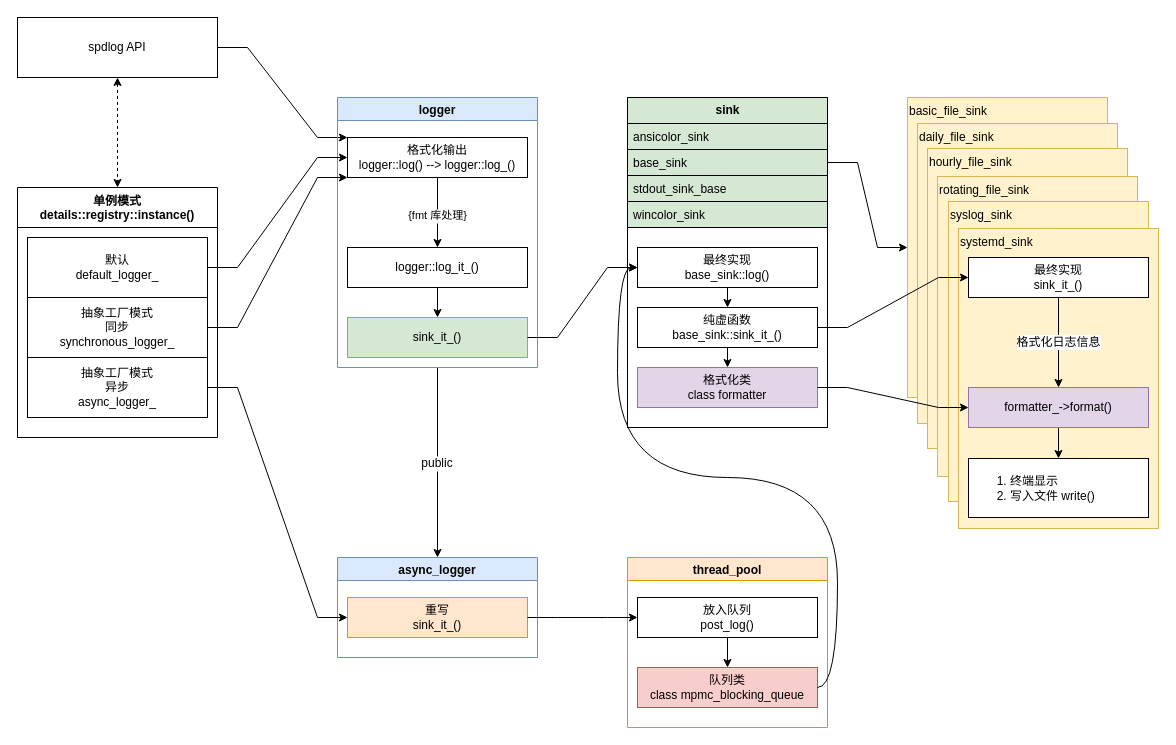
august295/august295.github.io keeps this draw.io diagram as media/drawio/spdlog.drawio. Above is the earlier version. Source tidied: cells renumbered, new cells numbered last; positions are measured from the earlier drawing's top-left corner, leaving out a move shared by most shapes. Both pictures are drawn from the tidied source at 100%, with x=0, y=0 at pixel (17, 17).
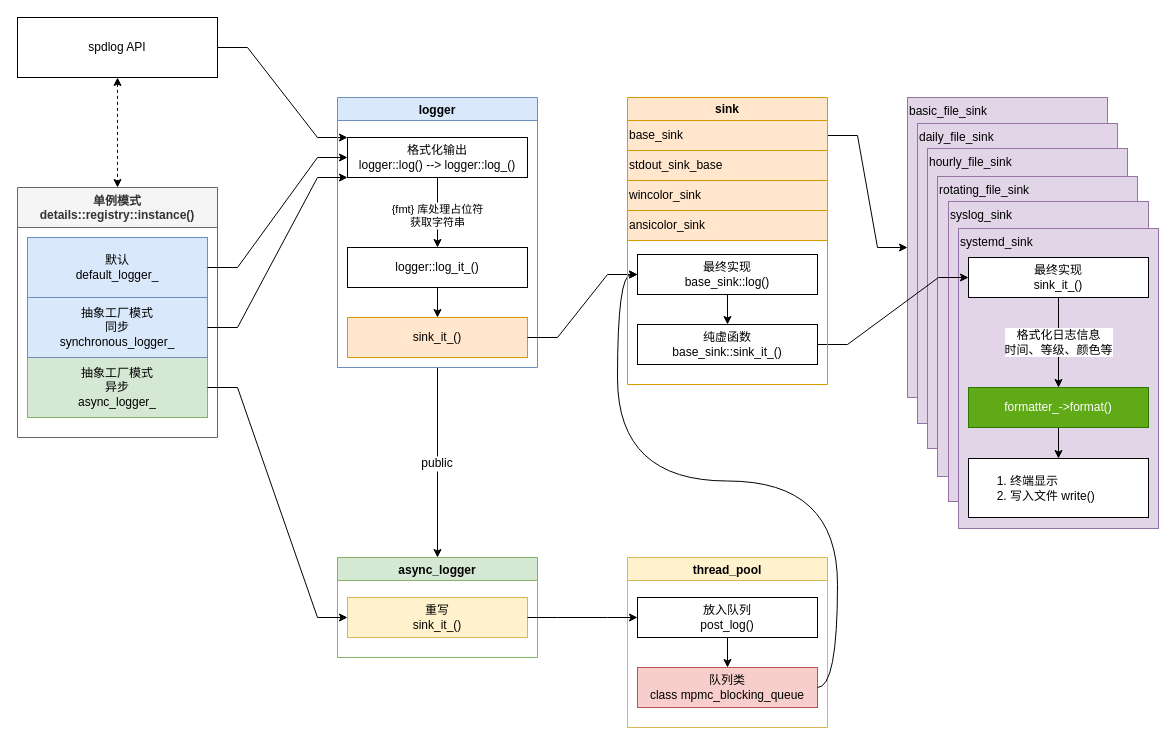
After the change.

Unchanged cells that the change refers to:
```xml
<mxCell id="10" value="logger" style="swimlane;rounded=0;fillColor=#dae8fc;strokeColor=#6c8ebf;fillStyle=auto;labelBorderColor=none;" parent="1" vertex="1">
  <mxGeometry x="320" y="80" width="200" height="270" as="geometry" />
</mxCell>
<mxCell id="11" style="edgeStyle=none;rounded=0;jettySize=auto;startArrow=none;startFill=0;labelBorderColor=none;" parent="10" edge="1" source="13" target="15">
  <mxGeometry relative="1" as="geometry" />
</mxCell>
<mxCell id="27" value="最终实现&lt;br&gt;sink_it_()" style="rounded=0;whiteSpace=wrap;html=1;" parent="1" vertex="1">
  <mxGeometry x="951" y="240" width="180" height="40" as="geometry" />
</mxCell>
```

Change to the diagram source:
```diff
@@
-    <mxCell id="5" value="单例模式&#10;details::registry::instance()" style="swimlane;startSize=40;" parent="1" vertex="1">
+    <mxCell id="5" value="单例模式&#10;details::registry::instance()" style="swimlane;startSize=40;fillColor=#f5f5f5;fontColor=#333333;strokeColor=#666666;" parent="1" vertex="1">
       <mxGeometry y="170" width="200" height="250" as="geometry" />
     </mxCell>
-    <mxCell id="6" value="默认&lt;br style=&quot;border-color: var(--border-color);&quot;&gt;default_logger_" style="rounded=0;whiteSpace=wrap;html=1;" parent="5" vertex="1">
+    <mxCell id="6" value="默认&lt;br style=&quot;border-color: var(--border-color);&quot;&gt;default_logger_" style="rounded=0;whiteSpace=wrap;html=1;fillColor=#dae8fc;strokeColor=#6c8ebf;" parent="5" vertex="1">
       <mxGeometry x="10" y="50" width="180" height="60" as="geometry" />
     </mxCell>
-    <mxCell id="7" value="抽象工厂模式&lt;br&gt;异步&lt;br style=&quot;border-color: var(--border-color);&quot;&gt;async_logger_" style="rounded=0;whiteSpace=wrap;html=1;" parent="5" vertex="1">
+    <mxCell id="7" value="抽象工厂模式&lt;br&gt;异步&lt;br style=&quot;border-color: var(--border-color);&quot;&gt;async_logger_" style="rounded=0;whiteSpace=wrap;html=1;fillColor=#d5e8d4;strokeColor=#82b366;" parent="5" vertex="1">
       <mxGeometry x="10" y="170" width="180" height="60" as="geometry" />
     </mxCell>
-    <mxCell id="8" value="抽象工厂模式&lt;br style=&quot;border-color: var(--border-color);&quot;&gt;同步&lt;br style=&quot;border-color: var(--border-color);&quot;&gt;synchronous_logger_" style="rounded=0;whiteSpace=wrap;html=1;" parent="5" vertex="1">
+    <mxCell id="8" value="抽象工厂模式&lt;br style=&quot;border-color: var(--border-color);&quot;&gt;同步&lt;br style=&quot;border-color: var(--border-color);&quot;&gt;synchronous_logger_" style="rounded=0;whiteSpace=wrap;html=1;fillColor=#dae8fc;strokeColor=#6c8ebf;" parent="5" vertex="1">
       <mxGeometry x="10" y="110" width="180" height="60" as="geometry" />
     </mxCell>
@@
-    <mxCell id="12" value="{fmt 库处理}" style="edgeLabel;align=center;verticalAlign=middle;labelBorderColor=none;" parent="11" vertex="1">
+    <mxCell id="12" value="{fmt} 库处理占位符&#10;获取字符串" style="edgeLabel;align=center;verticalAlign=middle;labelBorderColor=none;" parent="11" vertex="1">
       <mxGeometry x="-0.43" relative="1" as="geometry">
         <mxPoint y="17" as="offset" />
       </mxGeometry>
     </mxCell>
@@
-    <mxCell id="16" value="sink_it_()" style="rounded=0;whiteSpace=wrap;labelBorderColor=none;fillColor=#d5e8d4;strokeColor=#82b366;" parent="10" vertex="1">
+    <mxCell id="16" value="sink_it_()" style="rounded=0;whiteSpace=wrap;labelBorderColor=none;fillColor=#ffe6cc;strokeColor=#d79b00;" parent="10" vertex="1">
       <mxGeometry x="10" y="220" width="180" height="40" as="geometry" />
     </mxCell>
@@
-    <mxCell id="20" value="basic_file_sink" style="rounded=0;whiteSpace=wrap;html=1;fontFamily=Helvetica;fontSize=12;fillColor=#fff2cc;verticalAlign=top;align=left;strokeColor=#d6b656;" parent="1" vertex="1">
+    <mxCell id="20" value="basic_file_sink" style="rounded=0;whiteSpace=wrap;html=1;fontFamily=Helvetica;fontSize=12;fillColor=#e1d5e7;verticalAlign=top;align=left;strokeColor=#9673a6;" parent="1" vertex="1">
       <mxGeometry x="890" y="80" width="200" height="300" as="geometry" />
     </mxCell>
-    <mxCell id="21" value="daily_file_sink" style="rounded=0;whiteSpace=wrap;html=1;fontFamily=Helvetica;fontSize=12;fillColor=#fff2cc;verticalAlign=top;align=left;strokeColor=#d6b656;" parent="1" vertex="1">
+    <mxCell id="21" value="daily_file_sink" style="rounded=0;whiteSpace=wrap;html=1;fontFamily=Helvetica;fontSize=12;fillColor=#e1d5e7;verticalAlign=top;align=left;strokeColor=#9673a6;" parent="1" vertex="1">
       <mxGeometry x="900" y="106" width="200" height="300" as="geometry" />
     </mxCell>
-    <mxCell id="22" value="hourly_file_sink" style="rounded=0;whiteSpace=wrap;html=1;fontFamily=Helvetica;fontSize=12;fillColor=#fff2cc;verticalAlign=top;align=left;strokeColor=#d6b656;" parent="1" vertex="1">
+    <mxCell id="22" value="hourly_file_sink" style="rounded=0;whiteSpace=wrap;html=1;fontFamily=Helvetica;fontSize=12;fillColor=#e1d5e7;verticalAlign=top;align=left;strokeColor=#9673a6;" parent="1" vertex="1">
       <mxGeometry x="910" y="131" width="200" height="300" as="geometry" />
     </mxCell>
-    <mxCell id="23" value="rotating_file_sink" style="rounded=0;whiteSpace=wrap;html=1;fontFamily=Helvetica;fontSize=12;fillColor=#fff2cc;verticalAlign=top;align=left;strokeColor=#d6b656;" parent="1" vertex="1">
+    <mxCell id="23" value="rotating_file_sink" style="rounded=0;whiteSpace=wrap;html=1;fontFamily=Helvetica;fontSize=12;fillColor=#e1d5e7;verticalAlign=top;align=left;strokeColor=#9673a6;" parent="1" vertex="1">
       <mxGeometry x="920" y="159" width="200" height="300" as="geometry" />
     </mxCell>
-    <mxCell id="24" value="syslog_sink" style="rounded=0;whiteSpace=wrap;html=1;fontFamily=Helvetica;fontSize=12;fillColor=#fff2cc;verticalAlign=top;align=left;strokeColor=#d6b656;" parent="1" vertex="1">
+    <mxCell id="24" value="syslog_sink" style="rounded=0;whiteSpace=wrap;html=1;fontFamily=Helvetica;fontSize=12;fillColor=#e1d5e7;verticalAlign=top;align=left;strokeColor=#9673a6;" parent="1" vertex="1">
       <mxGeometry x="931" y="184" width="200" height="300" as="geometry" />
     </mxCell>
-    <mxCell id="25" value="systemd_sink" style="rounded=0;whiteSpace=wrap;html=1;fontFamily=Helvetica;fontSize=12;fillColor=#fff2cc;verticalAlign=top;align=left;strokeColor=#d6b656;" parent="1" vertex="1">
+    <mxCell id="25" value="systemd_sink" style="rounded=0;whiteSpace=wrap;html=1;fontFamily=Helvetica;fontSize=12;fillColor=#e1d5e7;verticalAlign=top;align=left;strokeColor=#9673a6;" parent="1" vertex="1">
       <mxGeometry x="941" y="211" width="200" height="300" as="geometry" />
     </mxCell>
-    <mxCell id="26" value="格式化日志信息" style="edgeStyle=none;rounded=0;jettySize=auto;html=1;exitX=0.5;exitY=1;exitDx=0;exitDy=0;fontFamily=Helvetica;fontSize=12;fontColor=default;startArrow=none;startFill=0;" parent="1" edge="1" source="27" target="46">
+    <mxCell id="26" value="格式化日志信息&lt;br&gt;时间、等级、颜色等" style="edgeStyle=none;rounded=0;jettySize=auto;html=1;exitX=0.5;exitY=1;exitDx=0;exitDy=0;fontFamily=Helvetica;fontSize=12;fontColor=default;startArrow=none;startFill=0;" parent="1" edge="1" source="27" target="46">
       <mxGeometry relative="1" as="geometry" />
     </mxCell>
@@
-    <mxCell id="28" style="group;fillColor=#d5e8d4;strokeColor=#82b366;" parent="1" vertex="1">
-      <mxGeometry x="610" y="80" width="200" height="330" as="geometry" />
-    </mxCell>
-    <mxCell id="29" style="group;fillColor=#e1d5e7;strokeColor=#9673a6;" parent="28" vertex="1">
-      <mxGeometry y="130" width="200" height="200" as="geometry" />
-    </mxCell>
-    <mxCell id="30" value="&lt;div style=&quot;&quot;&gt;&lt;br&gt;&lt;/div&gt;" style="rounded=0;whiteSpace=wrap;html=1;align=left;verticalAlign=top;" parent="29" vertex="1">
-      <mxGeometry width="200" height="200" as="geometry" />
-    </mxCell>
-    <mxCell id="31" value="格式化类&lt;br&gt;class formatter" style="rounded=0;whiteSpace=wrap;html=1;fillColor=#e1d5e7;strokeColor=#9673a6;" parent="29" vertex="1">
-      <mxGeometry x="10" y="140" width="180" height="40" as="geometry" />
-    </mxCell>
-    <mxCell id="32" value="纯虚函数&lt;br&gt;base_sink::sink_it_()" style="rounded=0;whiteSpace=wrap;html=1;" parent="29" vertex="1">
-      <mxGeometry x="10" y="80" width="180" height="40" as="geometry" />
-    </mxCell>
-    <mxCell id="33" value="最终实现&lt;br&gt;base_sink::log()" style="rounded=0;whiteSpace=wrap;html=1;" parent="29" vertex="1">
-      <mxGeometry x="10" y="20" width="180" height="40" as="geometry" />
-    </mxCell>
-    <mxCell id="34" style="edgeStyle=none;rounded=0;jettySize=auto;html=1;startArrow=none;startFill=0;" parent="29" edge="1" source="32" target="31">
-      <mxGeometry relative="1" as="geometry" />
-    </mxCell>
-    <mxCell id="35" style="rounded=0;jettySize=auto;html=1;startArrow=none;startFill=0;exitX=0.5;exitY=1;exitDx=0;exitDy=0;entryX=0.5;entryY=0;entryDx=0;entryDy=0;" parent="29" edge="1" source="33" target="32">
-      <mxGeometry relative="1" as="geometry" />
-    </mxCell>
-    <mxCell id="36" style="group;" parent="28" vertex="1">
-      <mxGeometry width="200" height="130" as="geometry" />
-    </mxCell>
-    <mxCell id="37" value="sink" style="swimlane;fontStyle=1;horizontal=1;startSize=26;fillColor=none;html=1;rounded=0;" parent="36" vertex="1">
-      <mxGeometry width="200" height="130" as="geometry" />
-    </mxCell>
-    <mxCell id="38" value="ansicolor_sink" style="text;strokeColor=default;fillColor=none;align=left;verticalAlign=top;spacingLeft=4;spacingRight=4;overflow=hidden;whiteSpace=wrap;html=1;rounded=0;" parent="36" vertex="1">
-      <mxGeometry y="26" width="200" height="26" as="geometry" />
-    </mxCell>
-    <mxCell id="39" value="base_sink" style="text;strokeColor=default;fillColor=none;align=left;verticalAlign=top;spacingLeft=4;spacingRight=4;overflow=hidden;points=[[0,0.5],[1,0.5]];portConstraint=eastwest;whiteSpace=wrap;html=1;rounded=0;" parent="36" vertex="1">
-      <mxGeometry y="52" width="200" height="26" as="geometry" />
-    </mxCell>
-    <mxCell id="40" value="stdout_sink_base" style="text;strokeColor=default;fillColor=none;align=left;verticalAlign=top;spacingLeft=4;spacingRight=4;overflow=hidden;whiteSpace=wrap;html=1;rounded=0;" parent="36" vertex="1">
-      <mxGeometry y="78" width="200" height="26" as="geometry" />
-    </mxCell>
-    <mxCell id="41" value="wincolor_sink" style="text;strokeColor=default;fillColor=none;align=left;verticalAlign=top;spacingLeft=4;spacingRight=4;overflow=hidden;whiteSpace=wrap;html=1;rounded=0;" parent="36" vertex="1">
-      <mxGeometry y="104" width="200" height="26" as="geometry" />
-    </mxCell>
@@
-    <mxCell id="43" style="edgeStyle=entityRelationEdgeStyle;rounded=0;jettySize=auto;html=1;fontFamily=Helvetica;fontSize=12;fontColor=default;startArrow=none;startFill=0;entryX=0;entryY=0.5;entryDx=0;entryDy=0;" parent="1" edge="1" source="37" target="20">
+    <mxCell id="43" style="edgeStyle=entityRelationEdgeStyle;rounded=0;jettySize=auto;html=1;fontFamily=Helvetica;fontSize=12;fontColor=default;startArrow=none;startFill=0;entryX=0;entryY=0.5;entryDx=0;entryDy=0;exitX=1;exitY=0.5;exitDx=0;exitDy=0;" parent="1" edge="1" source="39" target="20">
       <mxGeometry relative="1" as="geometry" />
     </mxCell>
@@
-    <mxCell id="46" value="&lt;span style=&quot;&quot;&gt;formatter_-&amp;gt;&lt;/span&gt;format()" style="rounded=0;whiteSpace=wrap;html=1;fillColor=#e1d5e7;strokeColor=#9673a6;" parent="1" vertex="1">
+    <mxCell id="46" value="&lt;span style=&quot;&quot;&gt;formatter_-&amp;gt;&lt;/span&gt;format()" style="rounded=0;whiteSpace=wrap;html=1;fillColor=#60a917;strokeColor=#2D7600;fontColor=#ffffff;" parent="1" vertex="1">
       <mxGeometry x="951" y="370" width="180" height="40" as="geometry" />
     </mxCell>
@@
-    <mxCell id="48" value="async_logger" style="swimlane;rounded=0;fillColor=#dae8fc;strokeColor=#6c8ebf;labelBorderColor=none;" parent="1" vertex="1">
+    <mxCell id="48" value="async_logger" style="swimlane;rounded=0;fillColor=#d5e8d4;strokeColor=#82b366;labelBorderColor=none;" parent="1" vertex="1">
       <mxGeometry x="320" y="540" width="200" height="100" as="geometry" />
     </mxCell>
-    <mxCell id="49" value="重写&#10;sink_it_()" style="rounded=0;whiteSpace=wrap;labelBorderColor=none;fillColor=#ffe6cc;strokeColor=#d79b00;" parent="48" vertex="1">
+    <mxCell id="49" value="重写&#10;sink_it_()" style="rounded=0;whiteSpace=wrap;labelBorderColor=none;fillColor=#fff2cc;strokeColor=#d6b656;" parent="48" vertex="1">
       <mxGeometry x="10" y="40" width="180" height="40" as="geometry" />
     </mxCell>
@@
-    <mxCell id="51" value="thread_pool" style="swimlane;rounded=0;fillColor=#ffe6cc;strokeColor=#d79b00;" parent="1" vertex="1">
+    <mxCell id="51" value="thread_pool" style="swimlane;rounded=0;fillColor=#fff2cc;strokeColor=#d6b656;" parent="1" vertex="1">
       <mxGeometry x="610" y="540" width="200" height="170" as="geometry" />
     </mxCell>
@@
-    <mxCell id="59" style="edgeStyle=entityRelationEdgeStyle;rounded=0;jettySize=auto;html=0;exitX=1;exitY=0.5;exitDx=0;exitDy=0;entryX=0;entryY=0.5;entryDx=0;entryDy=0;labelBorderColor=none;fontFamily=Helvetica;fontSize=12;fontColor=default;startArrow=none;startFill=0;" parent="1" edge="1" source="31" target="46">
-      <mxGeometry relative="1" as="geometry" />
-    </mxCell>
+    <mxCell id="37" value="&lt;span style=&quot;&quot;&gt;sink&lt;/span&gt;" style="swimlane;whiteSpace=wrap;html=1;fillColor=#ffe6cc;strokeColor=#d79b00;" parent="1" vertex="1">
+      <mxGeometry x="610" y="80" width="200" height="287" as="geometry" />
+    </mxCell>
+    <mxCell id="39" value="&lt;span style=&quot;&quot;&gt;base_sink&lt;/span&gt;" style="whiteSpace=wrap;html=1;align=left;verticalAlign=middle;fillColor=#ffe6cc;strokeColor=#d79b00;" parent="37" vertex="1">
+      <mxGeometry y="23" width="200" height="30" as="geometry" />
+    </mxCell>
+    <mxCell id="40" value="&lt;span style=&quot;&quot;&gt;stdout_sink_base&lt;/span&gt;" style="whiteSpace=wrap;html=1;align=left;verticalAlign=middle;fillColor=#ffe6cc;strokeColor=#d79b00;" parent="37" vertex="1">
+      <mxGeometry y="53" width="200" height="30" as="geometry" />
+    </mxCell>
+    <mxCell id="41" value="&lt;span style=&quot;&quot;&gt;wincolor_sink&lt;/span&gt;" style="whiteSpace=wrap;html=1;align=left;verticalAlign=middle;fillColor=#ffe6cc;strokeColor=#d79b00;" parent="37" vertex="1">
+      <mxGeometry y="83" width="200" height="30" as="geometry" />
+    </mxCell>
+    <mxCell id="38" value="&lt;span style=&quot;&quot;&gt;ansicolor_sink&lt;/span&gt;" style="whiteSpace=wrap;html=1;align=left;verticalAlign=middle;fillColor=#ffe6cc;strokeColor=#d79b00;" parent="37" vertex="1">
+      <mxGeometry y="113" width="200" height="30" as="geometry" />
+    </mxCell>
+    <mxCell id="33" value="最终实现&lt;br&gt;base_sink::log()" style="rounded=0;whiteSpace=wrap;html=1;" parent="37" vertex="1">
+      <mxGeometry x="10" y="157" width="180" height="40" as="geometry" />
+    </mxCell>
+    <mxCell id="32" value="纯虚函数&lt;br&gt;base_sink::sink_it_()" style="rounded=0;whiteSpace=wrap;html=1;" parent="37" vertex="1">
+      <mxGeometry x="10" y="227" width="180" height="40" as="geometry" />
+    </mxCell>
+    <mxCell id="35" style="rounded=0;jettySize=auto;html=1;startArrow=none;startFill=0;exitX=0.5;exitY=1;exitDx=0;exitDy=0;entryX=0.5;entryY=0;entryDx=0;entryDy=0;" parent="37" edge="1" source="33" target="32">
+      <mxGeometry relative="1" as="geometry" />
+    </mxCell>
```
